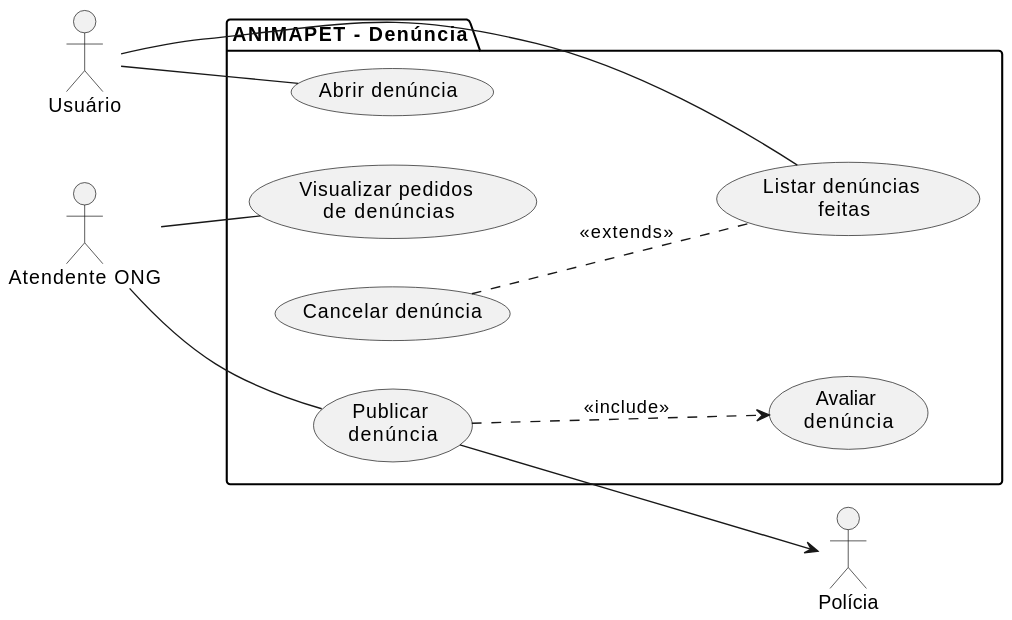
Earlier version of the PlantUML export docs/Casos de Uso animapet/ContextoDenuncia.svg (andrelquiosi/ANIMAPET).
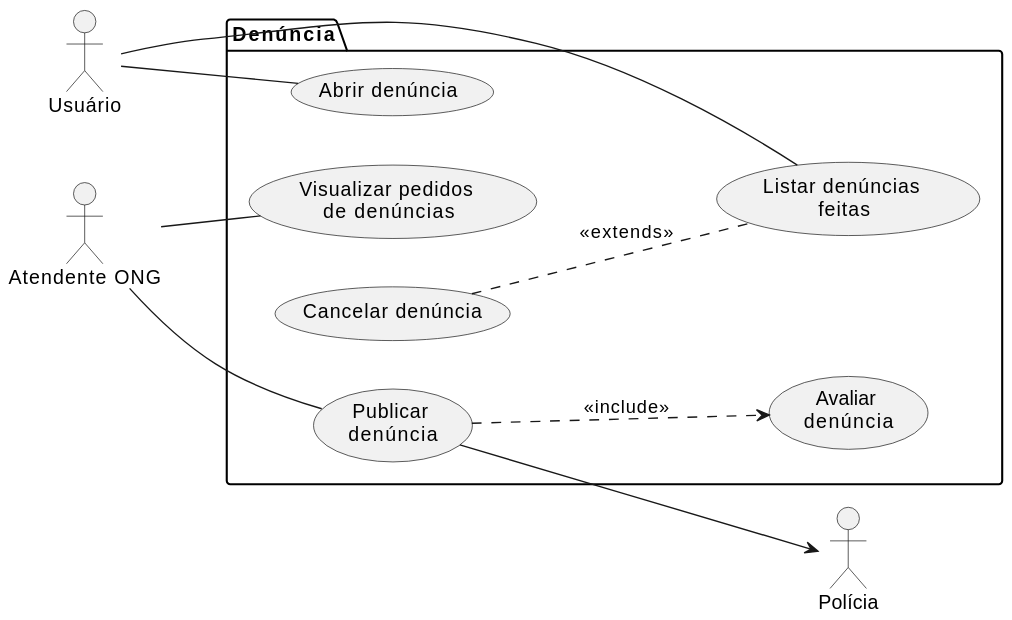
The same diagram one commit later.

Diff of the diagram source:
```diff
@@ -6,7 +6,7 @@
 actor "Polícia" as policia
 actor "Atendente ONG" as ong
 
-package "ANIMAPET - Denúncia" {
+package "Denúncia" {
 
     usecase "Abrir denúncia" as denuncia
     usecase "Listar denúncias \nfeitas" as lista_denuncias
```
